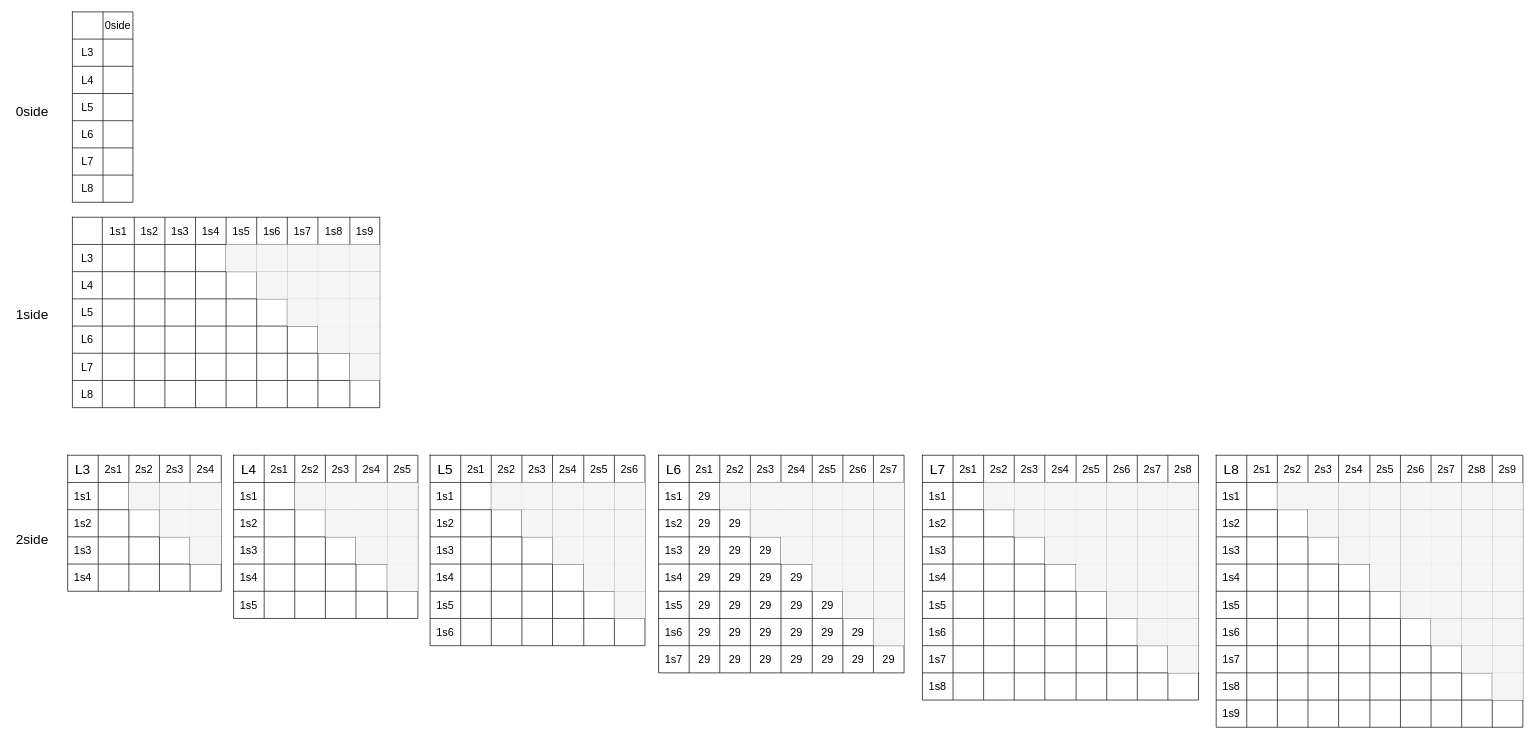
Before: page "012side" (1 of 7) of Drawio/doc3d/觀察 I_to_M Pyr_Tcrop_size255_pad60_jit15 BCE.drawio in KongBOy/kong_model2, a draw.io diagram. Source tidied: cells renumbered, new cells numbered last; positions are measured from the earlier drawing's top-left corner, leaving out a move shared by most shapes. Both pictures are drawn from the tidied source at 68%, with x=0, y=0 at pixel (12, 12).
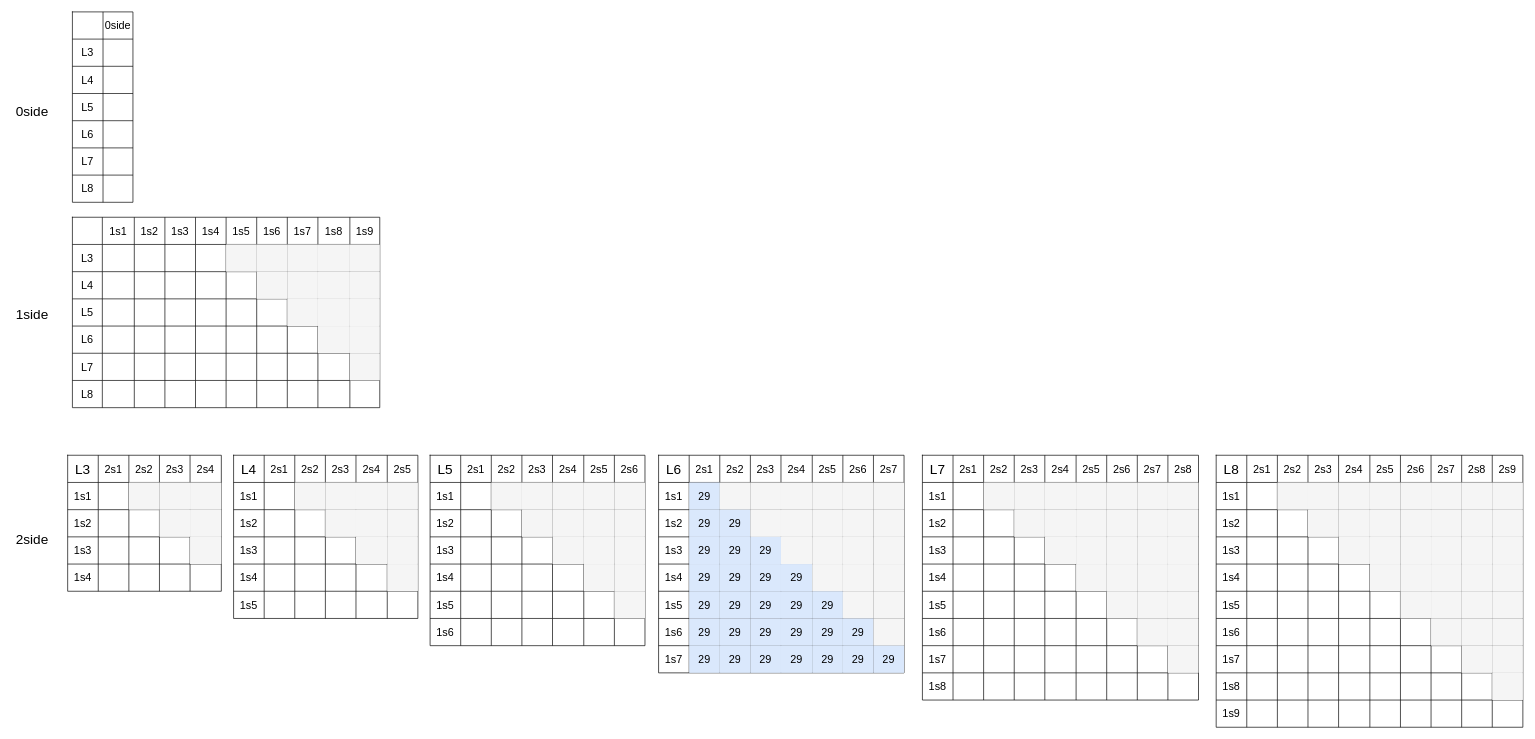
After the change.

The change refers to these unchanged cells:
```xml
<mxCell id="317" style="shape=tableRow;horizontal=0;startSize=0;swimlaneHead=0;swimlaneBody=0;top=0;left=0;bottom=0;right=0;fillColor=none;" parent="307" vertex="1">
  <mxGeometry y="40" width="361" height="40" as="geometry" />
</mxCell>
<mxCell id="326" style="shape=tableRow;horizontal=0;startSize=0;swimlaneHead=0;swimlaneBody=0;top=0;left=0;bottom=0;right=0;fillColor=none;" parent="307" vertex="1">
  <mxGeometry y="80" width="361" height="40" as="geometry" />
</mxCell>
<mxCell id="335" style="shape=tableRow;horizontal=0;startSize=0;swimlaneHead=0;swimlaneBody=0;top=0;left=0;bottom=0;right=0;fillColor=none;" parent="307" vertex="1">
  <mxGeometry y="120" width="361" height="40" as="geometry" />
</mxCell>
<mxCell id="344" style="shape=tableRow;horizontal=0;startSize=0;swimlaneHead=0;swimlaneBody=0;top=0;left=0;bottom=0;right=0;fillColor=none;" parent="307" vertex="1">
  <mxGeometry y="160" width="361" height="40" as="geometry" />
</mxCell>
<mxCell id="353" style="shape=tableRow;horizontal=0;startSize=0;swimlaneHead=0;swimlaneBody=0;top=0;left=0;bottom=0;right=0;fillColor=none;" parent="307" vertex="1">
  <mxGeometry y="200" width="361" height="40" as="geometry" />
</mxCell>
<mxCell id="362" style="shape=tableRow;horizontal=0;startSize=0;swimlaneHead=0;swimlaneBody=0;top=0;left=0;bottom=0;right=0;fillColor=none;" parent="307" vertex="1">
  <mxGeometry y="240" width="361" height="40" as="geometry" />
</mxCell>
<mxCell id="371" style="shape=tableRow;horizontal=0;startSize=0;swimlaneHead=0;swimlaneBody=0;top=0;left=0;bottom=0;right=0;fillColor=none;" parent="307" vertex="1">
  <mxGeometry y="280" width="361" height="40" as="geometry" />
</mxCell>
```

The edit, as a diff of the source:
```diff
@@
-    <mxCell id="319" value="29" style="shape=partialRectangle;html=1;whiteSpace=wrap;overflow=hidden;fillColor=none;top=0;left=0;bottom=0;right=0;fontSize=16;" parent="317" vertex="1">
+    <mxCell id="319" value="29" style="shape=partialRectangle;html=1;whiteSpace=wrap;overflow=hidden;fillColor=#dae8fc;top=0;left=0;bottom=0;right=0;fontSize=16;strokeColor=#6c8ebf;" parent="317" vertex="1">
       <mxGeometry x="45" width="45" height="40" as="geometry" />
     </mxCell>
@@
-    <mxCell id="328" value="&lt;span&gt;29&lt;/span&gt;" style="shape=partialRectangle;html=1;whiteSpace=wrap;overflow=hidden;fillColor=none;top=0;left=0;bottom=0;right=0;fontSize=16;" parent="326" vertex="1">
+    <mxCell id="328" value="&lt;span&gt;29&lt;/span&gt;" style="shape=partialRectangle;html=1;whiteSpace=wrap;overflow=hidden;fillColor=#dae8fc;top=0;left=0;bottom=0;right=0;fontSize=16;strokeColor=#6c8ebf;" parent="326" vertex="1">
       <mxGeometry x="45" width="45" height="40" as="geometry" />
     </mxCell>
-    <mxCell id="329" value="&lt;span&gt;29&lt;/span&gt;" style="shape=partialRectangle;html=1;whiteSpace=wrap;overflow=hidden;fillColor=none;top=0;left=0;bottom=0;right=0;fontSize=16;" parent="326" vertex="1">
+    <mxCell id="329" value="&lt;span&gt;29&lt;/span&gt;" style="shape=partialRectangle;html=1;whiteSpace=wrap;overflow=hidden;fillColor=#dae8fc;top=0;left=0;bottom=0;right=0;fontSize=16;strokeColor=#6c8ebf;" parent="326" vertex="1">
       <mxGeometry x="90" width="45" height="40" as="geometry" />
     </mxCell>
@@
-    <mxCell id="337" value="&lt;span&gt;29&lt;/span&gt;" style="shape=partialRectangle;html=1;whiteSpace=wrap;overflow=hidden;fillColor=none;top=0;left=0;bottom=0;right=0;fontSize=16;" parent="335" vertex="1">
+    <mxCell id="337" value="&lt;span&gt;29&lt;/span&gt;" style="shape=partialRectangle;html=1;whiteSpace=wrap;overflow=hidden;fillColor=#dae8fc;top=0;left=0;bottom=0;right=0;fontSize=16;strokeColor=#6c8ebf;" parent="335" vertex="1">
       <mxGeometry x="45" width="45" height="40" as="geometry" />
     </mxCell>
-    <mxCell id="338" value="&lt;span&gt;29&lt;/span&gt;" style="shape=partialRectangle;html=1;whiteSpace=wrap;overflow=hidden;fillColor=none;top=0;left=0;bottom=0;right=0;fontSize=16;" parent="335" vertex="1">
+    <mxCell id="338" value="&lt;span&gt;29&lt;/span&gt;" style="shape=partialRectangle;html=1;whiteSpace=wrap;overflow=hidden;fillColor=#dae8fc;top=0;left=0;bottom=0;right=0;fontSize=16;strokeColor=#6c8ebf;" parent="335" vertex="1">
       <mxGeometry x="90" width="45" height="40" as="geometry" />
     </mxCell>
-    <mxCell id="339" value="&lt;span&gt;29&lt;/span&gt;" style="shape=partialRectangle;html=1;whiteSpace=wrap;overflow=hidden;fillColor=none;top=0;left=0;bottom=0;right=0;fontSize=16;" parent="335" vertex="1">
+    <mxCell id="339" value="&lt;span&gt;29&lt;/span&gt;" style="shape=partialRectangle;html=1;whiteSpace=wrap;overflow=hidden;fillColor=#dae8fc;top=0;left=0;bottom=0;right=0;fontSize=16;strokeColor=#6c8ebf;" parent="335" vertex="1">
       <mxGeometry x="135" width="45" height="40" as="geometry" />
     </mxCell>
@@
-    <mxCell id="346" value="&lt;span&gt;29&lt;/span&gt;" style="shape=partialRectangle;html=1;whiteSpace=wrap;overflow=hidden;fillColor=none;top=0;left=0;bottom=0;right=0;fontSize=16;" parent="344" vertex="1">
+    <mxCell id="346" value="&lt;span&gt;29&lt;/span&gt;" style="shape=partialRectangle;html=1;whiteSpace=wrap;overflow=hidden;fillColor=#dae8fc;top=0;left=0;bottom=0;right=0;fontSize=16;strokeColor=#6c8ebf;" parent="344" vertex="1">
       <mxGeometry x="45" width="45" height="40" as="geometry" />
     </mxCell>
-    <mxCell id="347" value="&lt;span&gt;29&lt;/span&gt;" style="shape=partialRectangle;html=1;whiteSpace=wrap;overflow=hidden;fillColor=none;top=0;left=0;bottom=0;right=0;fontSize=16;" parent="344" vertex="1">
+    <mxCell id="347" value="&lt;span&gt;29&lt;/span&gt;" style="shape=partialRectangle;html=1;whiteSpace=wrap;overflow=hidden;fillColor=#dae8fc;top=0;left=0;bottom=0;right=0;fontSize=16;strokeColor=#6c8ebf;" parent="344" vertex="1">
       <mxGeometry x="90" width="45" height="40" as="geometry" />
     </mxCell>
-    <mxCell id="348" value="&lt;span&gt;29&lt;/span&gt;" style="shape=partialRectangle;html=1;whiteSpace=wrap;overflow=hidden;fillColor=none;top=0;left=0;bottom=0;right=0;fontSize=16;" parent="344" vertex="1">
+    <mxCell id="348" value="&lt;span&gt;29&lt;/span&gt;" style="shape=partialRectangle;html=1;whiteSpace=wrap;overflow=hidden;fillColor=#dae8fc;top=0;left=0;bottom=0;right=0;fontSize=16;strokeColor=#6c8ebf;" parent="344" vertex="1">
       <mxGeometry x="135" width="45" height="40" as="geometry" />
     </mxCell>
-    <mxCell id="349" value="&lt;span&gt;29&lt;/span&gt;" style="shape=partialRectangle;html=1;whiteSpace=wrap;overflow=hidden;fillColor=none;top=0;left=0;bottom=0;right=0;fontSize=16;" parent="344" vertex="1">
+    <mxCell id="349" value="&lt;span&gt;29&lt;/span&gt;" style="shape=partialRectangle;html=1;whiteSpace=wrap;overflow=hidden;fillColor=#dae8fc;top=0;left=0;bottom=0;right=0;fontSize=16;strokeColor=#6c8ebf;" parent="344" vertex="1">
       <mxGeometry x="180" width="46" height="40" as="geometry" />
     </mxCell>
@@
-    <mxCell id="355" value="&lt;span&gt;29&lt;/span&gt;" style="shape=partialRectangle;html=1;whiteSpace=wrap;overflow=hidden;fillColor=none;top=0;left=0;bottom=0;right=0;fontSize=16;" parent="353" vertex="1">
+    <mxCell id="355" value="&lt;span&gt;29&lt;/span&gt;" style="shape=partialRectangle;html=1;whiteSpace=wrap;overflow=hidden;fillColor=#dae8fc;top=0;left=0;bottom=0;right=0;fontSize=16;strokeColor=#6c8ebf;" parent="353" vertex="1">
       <mxGeometry x="45" width="45" height="40" as="geometry" />
     </mxCell>
-    <mxCell id="356" value="&lt;span&gt;29&lt;/span&gt;" style="shape=partialRectangle;html=1;whiteSpace=wrap;overflow=hidden;fillColor=none;top=0;left=0;bottom=0;right=0;fontSize=16;" parent="353" vertex="1">
+    <mxCell id="356" value="&lt;span&gt;29&lt;/span&gt;" style="shape=partialRectangle;html=1;whiteSpace=wrap;overflow=hidden;fillColor=#dae8fc;top=0;left=0;bottom=0;right=0;fontSize=16;strokeColor=#6c8ebf;" parent="353" vertex="1">
       <mxGeometry x="90" width="45" height="40" as="geometry" />
     </mxCell>
-    <mxCell id="357" value="&lt;span&gt;29&lt;/span&gt;" style="shape=partialRectangle;html=1;whiteSpace=wrap;overflow=hidden;fillColor=none;top=0;left=0;bottom=0;right=0;fontSize=16;" parent="353" vertex="1">
+    <mxCell id="357" value="&lt;span&gt;29&lt;/span&gt;" style="shape=partialRectangle;html=1;whiteSpace=wrap;overflow=hidden;fillColor=#dae8fc;top=0;left=0;bottom=0;right=0;fontSize=16;strokeColor=#6c8ebf;" parent="353" vertex="1">
       <mxGeometry x="135" width="45" height="40" as="geometry" />
     </mxCell>
-    <mxCell id="358" value="&lt;span&gt;29&lt;/span&gt;" style="shape=partialRectangle;html=1;whiteSpace=wrap;overflow=hidden;fillColor=none;top=0;left=0;bottom=0;right=0;fontSize=16;" parent="353" vertex="1">
+    <mxCell id="358" value="&lt;span&gt;29&lt;/span&gt;" style="shape=partialRectangle;html=1;whiteSpace=wrap;overflow=hidden;fillColor=#dae8fc;top=0;left=0;bottom=0;right=0;fontSize=16;strokeColor=#6c8ebf;" parent="353" vertex="1">
       <mxGeometry x="180" width="46" height="40" as="geometry" />
     </mxCell>
-    <mxCell id="359" value="&lt;span&gt;29&lt;/span&gt;" style="shape=partialRectangle;html=1;whiteSpace=wrap;overflow=hidden;fillColor=none;top=0;left=0;bottom=0;right=0;fontSize=16;" parent="353" vertex="1">
+    <mxCell id="359" value="&lt;span&gt;29&lt;/span&gt;" style="shape=partialRectangle;html=1;whiteSpace=wrap;overflow=hidden;fillColor=#dae8fc;top=0;left=0;bottom=0;right=0;fontSize=16;strokeColor=#6c8ebf;" parent="353" vertex="1">
       <mxGeometry x="226" width="45" height="40" as="geometry" />
     </mxCell>
@@
-    <mxCell id="364" value="&lt;span&gt;29&lt;/span&gt;" style="shape=partialRectangle;html=1;whiteSpace=wrap;overflow=hidden;fillColor=none;top=0;left=0;bottom=0;right=0;fontSize=16;" parent="362" vertex="1">
+    <mxCell id="364" value="&lt;span&gt;29&lt;/span&gt;" style="shape=partialRectangle;html=1;whiteSpace=wrap;overflow=hidden;fillColor=#dae8fc;top=0;left=0;bottom=0;right=0;fontSize=16;strokeColor=#6c8ebf;" parent="362" vertex="1">
       <mxGeometry x="45" width="45" height="40" as="geometry" />
     </mxCell>
-    <mxCell id="365" value="&lt;span&gt;29&lt;/span&gt;" style="shape=partialRectangle;html=1;whiteSpace=wrap;overflow=hidden;fillColor=none;top=0;left=0;bottom=0;right=0;fontSize=16;" parent="362" vertex="1">
+    <mxCell id="365" value="&lt;span&gt;29&lt;/span&gt;" style="shape=partialRectangle;html=1;whiteSpace=wrap;overflow=hidden;fillColor=#dae8fc;top=0;left=0;bottom=0;right=0;fontSize=16;strokeColor=#6c8ebf;" parent="362" vertex="1">
       <mxGeometry x="90" width="45" height="40" as="geometry" />
     </mxCell>
-    <mxCell id="366" value="&lt;span&gt;29&lt;/span&gt;" style="shape=partialRectangle;html=1;whiteSpace=wrap;overflow=hidden;fillColor=none;top=0;left=0;bottom=0;right=0;fontSize=16;" parent="362" vertex="1">
+    <mxCell id="366" value="&lt;span&gt;29&lt;/span&gt;" style="shape=partialRectangle;html=1;whiteSpace=wrap;overflow=hidden;fillColor=#dae8fc;top=0;left=0;bottom=0;right=0;fontSize=16;strokeColor=#6c8ebf;" parent="362" vertex="1">
       <mxGeometry x="135" width="45" height="40" as="geometry" />
     </mxCell>
-    <mxCell id="367" value="&lt;span&gt;29&lt;/span&gt;" style="shape=partialRectangle;html=1;whiteSpace=wrap;overflow=hidden;fillColor=none;top=0;left=0;bottom=0;right=0;fontSize=16;" parent="362" vertex="1">
+    <mxCell id="367" value="&lt;span&gt;29&lt;/span&gt;" style="shape=partialRectangle;html=1;whiteSpace=wrap;overflow=hidden;fillColor=#dae8fc;top=0;left=0;bottom=0;right=0;fontSize=16;strokeColor=#6c8ebf;" parent="362" vertex="1">
       <mxGeometry x="180" width="46" height="40" as="geometry" />
     </mxCell>
-    <mxCell id="368" value="&lt;span&gt;29&lt;/span&gt;" style="shape=partialRectangle;html=1;whiteSpace=wrap;overflow=hidden;fillColor=none;top=0;left=0;bottom=0;right=0;fontSize=16;" parent="362" vertex="1">
+    <mxCell id="368" value="&lt;span&gt;29&lt;/span&gt;" style="shape=partialRectangle;html=1;whiteSpace=wrap;overflow=hidden;fillColor=#dae8fc;top=0;left=0;bottom=0;right=0;fontSize=16;strokeColor=#6c8ebf;" parent="362" vertex="1">
       <mxGeometry x="226" width="45" height="40" as="geometry" />
     </mxCell>
-    <mxCell id="369" value="&lt;span&gt;29&lt;/span&gt;" style="shape=partialRectangle;html=1;whiteSpace=wrap;overflow=hidden;fillColor=none;top=0;left=0;bottom=0;right=0;fontSize=16;" parent="362" vertex="1">
+    <mxCell id="369" value="&lt;span&gt;29&lt;/span&gt;" style="shape=partialRectangle;html=1;whiteSpace=wrap;overflow=hidden;fillColor=#dae8fc;top=0;left=0;bottom=0;right=0;fontSize=16;strokeColor=#6c8ebf;" parent="362" vertex="1">
       <mxGeometry x="271" width="45" height="40" as="geometry" />
     </mxCell>
@@
-    <mxCell id="373" value="&lt;span&gt;29&lt;/span&gt;" style="shape=partialRectangle;html=1;whiteSpace=wrap;overflow=hidden;fillColor=none;top=0;left=0;bottom=0;right=0;fontSize=16;" parent="371" vertex="1">
+    <mxCell id="373" value="&lt;span&gt;29&lt;/span&gt;" style="shape=partialRectangle;html=1;whiteSpace=wrap;overflow=hidden;fillColor=#dae8fc;top=0;left=0;bottom=0;right=0;fontSize=16;strokeColor=#6c8ebf;" parent="371" vertex="1">
       <mxGeometry x="45" width="45" height="40" as="geometry" />
     </mxCell>
-    <mxCell id="374" value="&lt;span&gt;29&lt;/span&gt;" style="shape=partialRectangle;html=1;whiteSpace=wrap;overflow=hidden;fillColor=none;top=0;left=0;bottom=0;right=0;fontSize=16;" parent="371" vertex="1">
+    <mxCell id="374" value="&lt;span&gt;29&lt;/span&gt;" style="shape=partialRectangle;html=1;whiteSpace=wrap;overflow=hidden;fillColor=#dae8fc;top=0;left=0;bottom=0;right=0;fontSize=16;strokeColor=#6c8ebf;" parent="371" vertex="1">
       <mxGeometry x="90" width="45" height="40" as="geometry" />
     </mxCell>
-    <mxCell id="375" value="&lt;span&gt;29&lt;/span&gt;" style="shape=partialRectangle;html=1;whiteSpace=wrap;overflow=hidden;fillColor=none;top=0;left=0;bottom=0;right=0;fontSize=16;" parent="371" vertex="1">
+    <mxCell id="375" value="&lt;span&gt;29&lt;/span&gt;" style="shape=partialRectangle;html=1;whiteSpace=wrap;overflow=hidden;fillColor=#dae8fc;top=0;left=0;bottom=0;right=0;fontSize=16;strokeColor=#6c8ebf;" parent="371" vertex="1">
       <mxGeometry x="135" width="45" height="40" as="geometry" />
     </mxCell>
-    <mxCell id="376" value="&lt;span&gt;29&lt;/span&gt;" style="shape=partialRectangle;html=1;whiteSpace=wrap;overflow=hidden;fillColor=none;top=0;left=0;bottom=0;right=0;fontSize=16;" parent="371" vertex="1">
+    <mxCell id="376" value="&lt;span&gt;29&lt;/span&gt;" style="shape=partialRectangle;html=1;whiteSpace=wrap;overflow=hidden;fillColor=#dae8fc;top=0;left=0;bottom=0;right=0;fontSize=16;strokeColor=#6c8ebf;" parent="371" vertex="1">
       <mxGeometry x="180" width="46" height="40" as="geometry" />
     </mxCell>
-    <mxCell id="377" value="&lt;span&gt;29&lt;/span&gt;" style="shape=partialRectangle;html=1;whiteSpace=wrap;overflow=hidden;fillColor=none;top=0;left=0;bottom=0;right=0;fontSize=16;" parent="371" vertex="1">
+    <mxCell id="377" value="&lt;span&gt;29&lt;/span&gt;" style="shape=partialRectangle;html=1;whiteSpace=wrap;overflow=hidden;fillColor=#dae8fc;top=0;left=0;bottom=0;right=0;fontSize=16;strokeColor=#6c8ebf;" parent="371" vertex="1">
       <mxGeometry x="226" width="45" height="40" as="geometry" />
     </mxCell>
-    <mxCell id="378" value="&lt;span&gt;29&lt;/span&gt;" style="shape=partialRectangle;html=1;whiteSpace=wrap;overflow=hidden;fillColor=none;top=0;left=0;bottom=0;right=0;fontSize=16;" parent="371" vertex="1">
+    <mxCell id="378" value="&lt;span&gt;29&lt;/span&gt;" style="shape=partialRectangle;html=1;whiteSpace=wrap;overflow=hidden;fillColor=#dae8fc;top=0;left=0;bottom=0;right=0;fontSize=16;strokeColor=#6c8ebf;" parent="371" vertex="1">
       <mxGeometry x="271" width="45" height="40" as="geometry" />
     </mxCell>
-    <mxCell id="379" value="&lt;span&gt;29&lt;/span&gt;" style="shape=partialRectangle;html=1;whiteSpace=wrap;overflow=hidden;fillColor=none;top=0;left=0;bottom=0;right=0;fontSize=16;" parent="371" vertex="1">
+    <mxCell id="379" value="&lt;span&gt;29&lt;/span&gt;" style="shape=partialRectangle;html=1;whiteSpace=wrap;overflow=hidden;fillColor=#dae8fc;top=0;left=0;bottom=0;right=0;fontSize=16;strokeColor=#6c8ebf;" parent="371" vertex="1">
       <mxGeometry x="316" width="45" height="40" as="geometry" />
     </mxCell>
```
